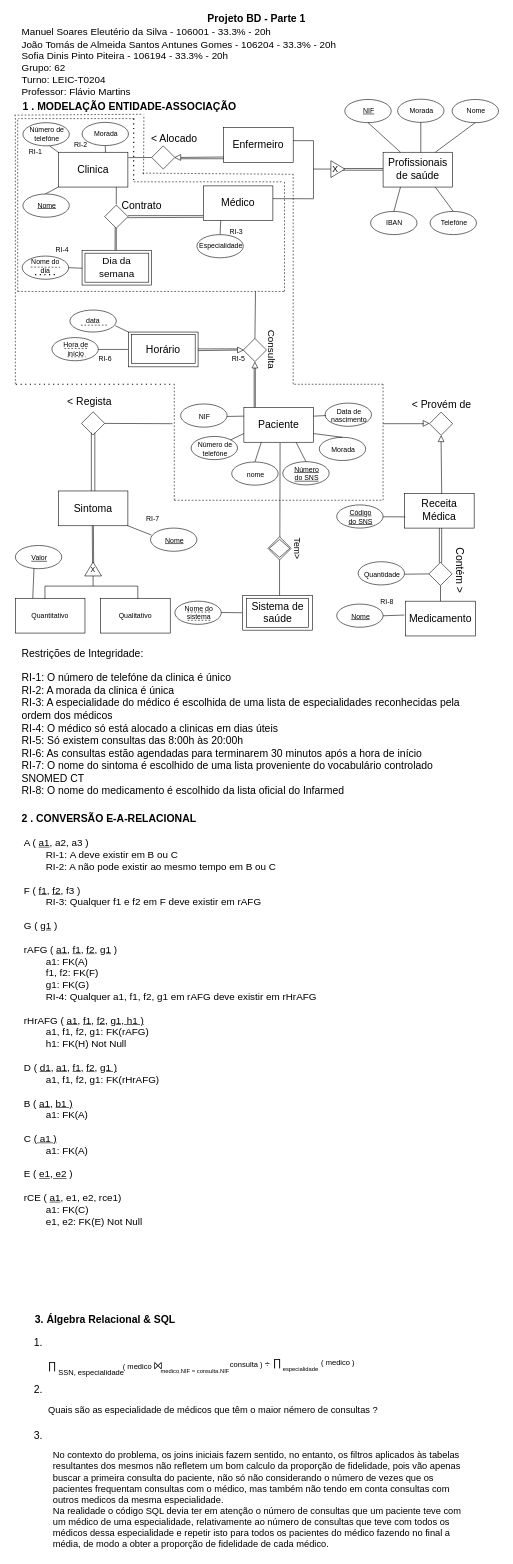
sofi004/DataBase-Project keeps this draw.io diagram as entrega-bd-01-62.drawio. Above is the earlier version. Source tidied: cells renumbered, new cells numbered last; positions are measured from the earlier drawing's top-left corner, leaving out a move shared by most shapes. Both pictures are drawn from the tidied source at 58%, with x=0, y=0 at pixel (10, 10).
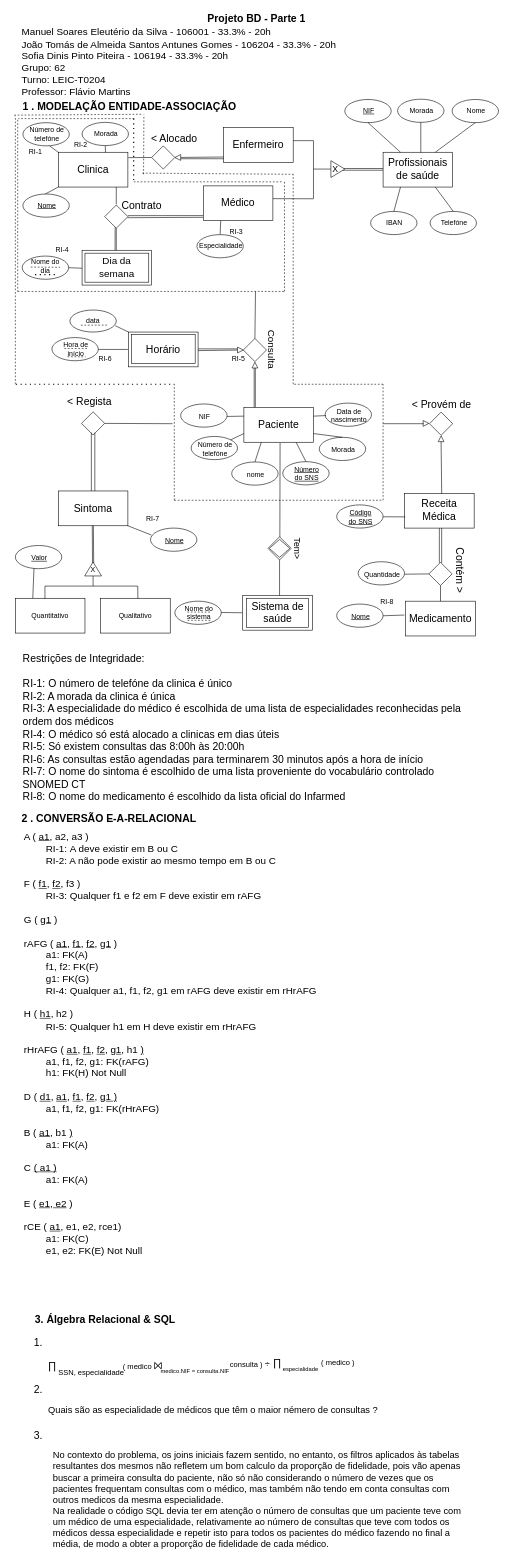
The same page after the edit.

The edit, as a diff of the source:
```diff
@@
     <mxCell id="106" value="Restrições de Integridade:&lt;br&gt;&lt;br&gt;RI-1: O número de telefóne da clinica é único&lt;br&gt;RI-2: A morada da clinica é única&amp;nbsp;&lt;br&gt;RI-3: A especialidade do médico é escolhida de uma lista de especialidades reconhecidas pela ordem dos médicos&lt;br&gt;RI-4: O médico só está alocado a clinicas em dias úteis&lt;br&gt;RI-5: Só existem consultas das 8:00h às 20:00h&lt;br&gt;RI-6: As consultas estão agendadas para terminarem 30 minutos após a hora de início&lt;br&gt;RI-7: O nome do sintoma é escolhido de uma lista proveniente do vocabulário controlado SNOMED CT&lt;br&gt;RI-8: O nome do medicamento é escolhido da lista oficial do Infarmed" style="text;html=1;strokeColor=none;fillColor=none;align=left;verticalAlign=middle;whiteSpace=wrap;rounded=0;fontSize=18;" parent="1" vertex="1">
-      <mxGeometry x="17.5" y="1103" width="760" height="250" as="geometry" />
+      <mxGeometry x="20" y="1113" width="760" height="250" as="geometry" />
     </mxCell>
@@
-    <mxCell id="152" value="A ( &lt;u&gt;a1&lt;/u&gt;, a2, a3 )&lt;br&gt;&lt;span style=&quot;&quot;&gt;&#9;&lt;/span&gt;&lt;span style=&quot;&quot;&gt;&#9;&lt;/span&gt;&lt;span style=&quot;white-space: pre;&quot;&gt;&#9;&lt;/span&gt;RI-1:&amp;nbsp;A deve existir em B ou C&lt;br&gt;&lt;span style=&quot;&quot;&gt;&#9;&lt;/span&gt;&lt;span style=&quot;&quot;&gt;&#9;&lt;/span&gt;&lt;span style=&quot;white-space: pre;&quot;&gt;&#9;&lt;/span&gt;RI-2: A não pode existir ao mesmo tempo em B ou C&lt;br&gt;&lt;br&gt;F ( &lt;u&gt;f1&lt;/u&gt;, &lt;u&gt;f2&lt;/u&gt;, f3 )&lt;br&gt;&lt;span style=&quot;&quot;&gt;&#9;&lt;/span&gt;&lt;span style=&quot;&quot;&gt;&#9;&lt;/span&gt;&lt;span style=&quot;white-space: pre;&quot;&gt;&#9;&lt;/span&gt;RI-3:&amp;nbsp;Qualquer f1 e f2 em F deve existir em rAFG&lt;br&gt;&lt;br&gt;G ( &lt;u&gt;g1&lt;/u&gt; )&lt;br&gt;&lt;br&gt;rAFG ( &lt;u&gt;a1&lt;/u&gt;, &lt;u&gt;f1&lt;/u&gt;, &lt;u&gt;f2&lt;/u&gt;, &lt;u&gt;g1&lt;/u&gt; )&lt;br&gt;&lt;span style=&quot;&quot;&gt;&#9;&lt;/span&gt;&lt;span style=&quot;white-space: pre;&quot;&gt;&#9;&lt;/span&gt;a1: FK(A)&lt;br&gt;&lt;span style=&quot;white-space: pre;&quot;&gt;&#9;&lt;/span&gt;f1, f2: FK(F)&lt;br&gt;&lt;span style=&quot;white-space: pre;&quot;&gt;&#9;&lt;/span&gt;g1: FK(G)&lt;br&gt;&amp;nbsp;&lt;span style=&quot;&quot;&gt;&#9;&lt;span style=&quot;white-space: pre;&quot;&gt;&#9;&lt;/span&gt;&lt;/span&gt;RI-4: Qualquer a1, f1, f2, g1 em rAFG deve existir em rHrAFG&lt;br&gt;&lt;br&gt;rHrAFG (&amp;nbsp;&lt;u&gt;a1&lt;/u&gt;,&amp;nbsp;&lt;u&gt;f1&lt;/u&gt;,&amp;nbsp;&lt;u&gt;f2&lt;/u&gt;,&amp;nbsp;&lt;u&gt;g1, h1 )&lt;br&gt;&lt;/u&gt;&lt;span style=&quot;&quot;&gt;&#9;&lt;/span&gt;&lt;span style=&quot;white-space: pre;&quot;&gt;&#9;&lt;/span&gt;a1, f1, f2, g1: FK(rAFG)&lt;br&gt;&lt;span style=&quot;&quot;&gt;&#9;&lt;/span&gt;&lt;span style=&quot;white-space: pre;&quot;&gt;&#9;&lt;/span&gt;h1: FK(H) Not Null&lt;br&gt;&lt;br&gt;D ( &lt;u&gt;d1&lt;/u&gt;,&amp;nbsp;&lt;u&gt;a1&lt;/u&gt;,&amp;nbsp;&lt;u&gt;f1&lt;/u&gt;,&amp;nbsp;&lt;u&gt;f2&lt;/u&gt;,&amp;nbsp;&lt;u&gt;g1 )&lt;br&gt;&lt;/u&gt;&lt;span style=&quot;&quot;&gt;&#9;&lt;/span&gt;&lt;span style=&quot;&quot;&gt;&#9;&lt;/span&gt;&lt;span style=&quot;white-space: pre;&quot;&gt;&#9;&lt;/span&gt;a1, f1, f2, g1: FK(rHrAFG)&lt;br&gt;&lt;br&gt;B (&amp;nbsp;&lt;u&gt;a1&lt;/u&gt;,&amp;nbsp;&lt;u&gt;b1 )&lt;/u&gt;&lt;br&gt;&lt;span style=&quot;text-decoration-line: underline;&quot;&gt;&#9;&lt;/span&gt;&lt;span style=&quot;text-decoration-line: underline;&quot;&gt;&#9;&lt;/span&gt;&lt;span style=&quot;white-space: pre;&quot;&gt;&#9;&lt;/span&gt;a1: FK(A)&lt;br&gt;&lt;br&gt;C &lt;u&gt;(&amp;nbsp;&lt;/u&gt;&lt;u&gt;a1 )&lt;br&gt;&lt;/u&gt;&lt;span style=&quot;white-space: pre;&quot;&gt;&#9;&lt;/span&gt;a1: FK(A)&lt;br&gt;&lt;br&gt;E ( &lt;u&gt;e1, e2&lt;/u&gt; )&lt;br&gt;&lt;br&gt;rCE ( &lt;u&gt;a1&lt;/u&gt;, e1, e2, rce1)&lt;br&gt;&lt;span style=&quot;white-space: pre;&quot;&gt;&#9;&lt;/span&gt;a1: FK(C)&lt;br&gt;&lt;span style=&quot;white-space: pre;&quot;&gt;&#9;&lt;/span&gt;e1, e2: FK(E) Not Null" style="text;html=1;strokeColor=none;fillColor=none;align=left;verticalAlign=middle;whiteSpace=wrap;rounded=0;fontSize=17;" parent="1" vertex="1">
-      <mxGeometry x="22" y="1413" width="782" height="700" as="geometry" />
+    <mxCell id="152" value="A ( &lt;u&gt;a1&lt;/u&gt;, a2, a3 )&lt;br&gt;&lt;span style=&quot;&quot;&gt;&#9;&lt;/span&gt;&lt;span style=&quot;&quot;&gt;&#9;&lt;/span&gt;&lt;span style=&quot;&quot;&gt;&#9;&lt;/span&gt;&lt;span style=&quot;white-space: pre;&quot;&gt;&#9;&lt;/span&gt;RI-1:&amp;nbsp;A deve existir em B ou C&lt;br&gt;&lt;span style=&quot;&quot;&gt;&#9;&lt;/span&gt;&lt;span style=&quot;&quot;&gt;&#9;&lt;/span&gt;&lt;span style=&quot;&quot;&gt;&#9;&lt;/span&gt;&lt;span style=&quot;white-space: pre;&quot;&gt;&#9;&lt;/span&gt;RI-2: A não pode existir ao mesmo tempo em B ou C&lt;br&gt;&lt;br&gt;F ( &lt;u&gt;f1&lt;/u&gt;, &lt;u&gt;f2&lt;/u&gt;, f3 )&lt;br&gt;&lt;span style=&quot;&quot;&gt;&#9;&lt;/span&gt;&lt;span style=&quot;&quot;&gt;&#9;&lt;/span&gt;&lt;span style=&quot;&quot;&gt;&#9;&lt;/span&gt;&lt;span style=&quot;white-space: pre;&quot;&gt;&#9;&lt;/span&gt;RI-3:&amp;nbsp;Qualquer f1 e f2 em F deve existir em rAFG&lt;br&gt;&lt;br&gt;G ( &lt;u&gt;g1&lt;/u&gt; )&lt;br&gt;&lt;br&gt;rAFG ( &lt;u&gt;a1&lt;/u&gt;, &lt;u&gt;f1&lt;/u&gt;, &lt;u&gt;f2&lt;/u&gt;, &lt;u&gt;g1&lt;/u&gt; )&lt;br&gt;&lt;span style=&quot;&quot;&gt;&#9;&lt;/span&gt;&lt;span style=&quot;&quot;&gt;&#9;&lt;/span&gt;&lt;span style=&quot;white-space: pre;&quot;&gt;&#9;&lt;/span&gt;a1: FK(A)&lt;br&gt;&lt;span style=&quot;&quot;&gt;&#9;&lt;/span&gt;&lt;span style=&quot;white-space: pre;&quot;&gt;&#9;&lt;/span&gt;f1, f2: FK(F)&lt;br&gt;&lt;span style=&quot;&quot;&gt;&#9;&lt;/span&gt;&lt;span style=&quot;white-space: pre;&quot;&gt;&#9;&lt;/span&gt;g1: FK(G)&lt;br&gt;&amp;nbsp;&lt;span style=&quot;&quot;&gt;&#9;&lt;span style=&quot;white-space: pre;&quot;&gt;&#9;&lt;/span&gt;&lt;/span&gt;RI-4: Qualquer a1, f1, f2, g1 em rAFG deve existir em rHrAFG&lt;br&gt;&lt;br&gt;H ( &lt;u&gt;h1&lt;/u&gt;, h2 )&lt;br&gt;&lt;span style=&quot;&quot;&gt;&#9;&lt;/span&gt;&lt;span style=&quot;white-space: pre;&quot;&gt;&#9;&lt;/span&gt;RI-5: Qualquer h1 em H deve existir em rHrAFG&amp;nbsp;&lt;br&gt;&lt;br&gt;rHrAFG (&amp;nbsp;&lt;u&gt;a1&lt;/u&gt;,&amp;nbsp;&lt;u&gt;f1&lt;/u&gt;,&amp;nbsp;&lt;u&gt;f2&lt;/u&gt;,&amp;nbsp;&lt;u&gt;g1&lt;/u&gt;, h1 &lt;u&gt;)&lt;br&gt;&lt;/u&gt;&lt;span style=&quot;&quot;&gt;&#9;&lt;/span&gt;&lt;span style=&quot;&quot;&gt;&#9;&lt;/span&gt;&lt;span style=&quot;white-space: pre;&quot;&gt;&#9;&lt;/span&gt;a1, f1, f2, g1: FK(rAFG)&lt;br&gt;&lt;span style=&quot;&quot;&gt;&#9;&lt;/span&gt;&lt;span style=&quot;&quot;&gt;&#9;&lt;/span&gt;&lt;span style=&quot;white-space: pre;&quot;&gt;&#9;&lt;/span&gt;h1: FK(H) Not Null&lt;br&gt;&lt;br&gt;D ( &lt;u&gt;d1&lt;/u&gt;,&amp;nbsp;&lt;u&gt;a1&lt;/u&gt;,&amp;nbsp;&lt;u&gt;f1&lt;/u&gt;,&amp;nbsp;&lt;u&gt;f2&lt;/u&gt;,&amp;nbsp;&lt;u&gt;g1 )&lt;br&gt;&lt;/u&gt;&lt;span style=&quot;&quot;&gt;&#9;&lt;/span&gt;&lt;span style=&quot;&quot;&gt;&#9;&lt;/span&gt;&lt;span style=&quot;&quot;&gt;&#9;&lt;/span&gt;&lt;span style=&quot;white-space: pre;&quot;&gt;&#9;&lt;/span&gt;a1, f1, f2, g1: FK(rHrAFG)&lt;br&gt;&lt;br&gt;B (&amp;nbsp;&lt;u&gt;a1&lt;/u&gt;,&amp;nbsp;b1 &lt;u&gt;)&lt;/u&gt;&lt;br&gt;&lt;span style=&quot;text-decoration-line: underline;&quot;&gt;&#9;&lt;/span&gt;&lt;span style=&quot;text-decoration-line: underline;&quot;&gt;&#9;&lt;/span&gt;&lt;span style=&quot;&quot;&gt;&#9;&lt;/span&gt;&lt;span style=&quot;white-space: pre;&quot;&gt;&#9;&lt;/span&gt;a1: FK(A)&lt;br&gt;&lt;br&gt;C &lt;u&gt;(&amp;nbsp;&lt;/u&gt;&lt;u&gt;a1 )&lt;br&gt;&lt;/u&gt;&lt;span style=&quot;&quot;&gt;&#9;&lt;/span&gt;&lt;span style=&quot;white-space: pre;&quot;&gt;&#9;&lt;/span&gt;a1: FK(A)&lt;br&gt;&lt;br&gt;E ( &lt;u&gt;e1, e2&lt;/u&gt; )&lt;br&gt;&lt;br&gt;rCE ( &lt;u&gt;a1&lt;/u&gt;, e1, e2, rce1)&lt;br&gt;&lt;span style=&quot;&quot;&gt;&#9;&lt;/span&gt;&lt;span style=&quot;white-space: pre;&quot;&gt;&#9;&lt;/span&gt;a1: FK(C)&lt;br&gt;&lt;span style=&quot;&quot;&gt;&#9;&lt;/span&gt;&lt;span style=&quot;white-space: pre;&quot;&gt;&#9;&lt;/span&gt;e1, e2: FK(E) Not Null" style="text;html=1;strokeColor=none;fillColor=none;align=left;verticalAlign=middle;whiteSpace=wrap;rounded=0;fontSize=17;" parent="1" vertex="1">
+      <mxGeometry x="22" y="1413" width="782" height="740" as="geometry" />
     </mxCell>
```
